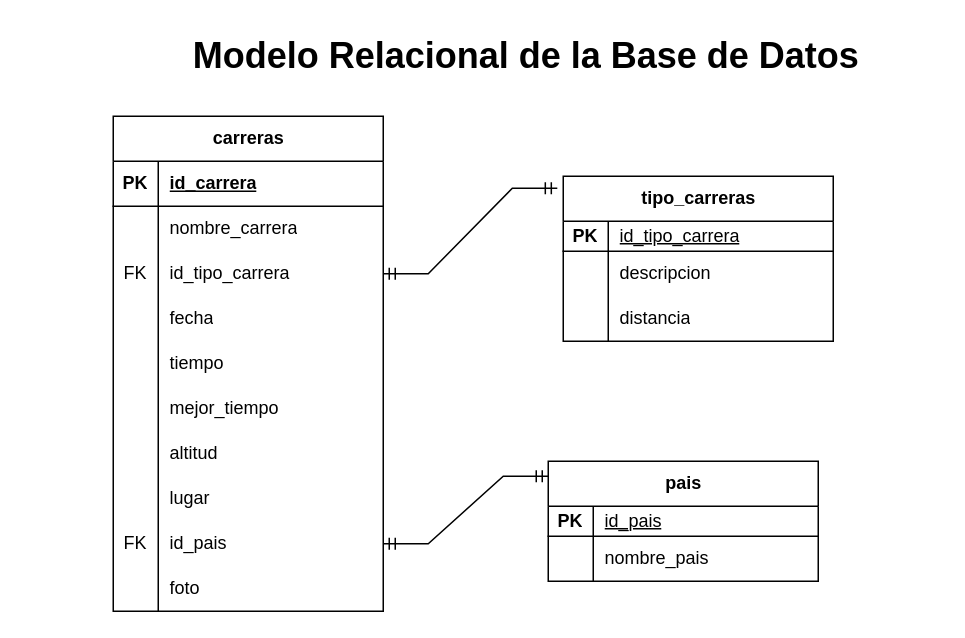
Before: modeloRelacional.drawio in FepDev25/Modelos-Entidad-Relacion, a draw.io diagram. Source tidied: cells renumbered, new cells numbered last; positions are measured from the earlier drawing's top-left corner, leaving out a move shared by most shapes. Both pictures are drawn from the tidied source at 150%, with x=0, y=0 at pixel (112, 26).
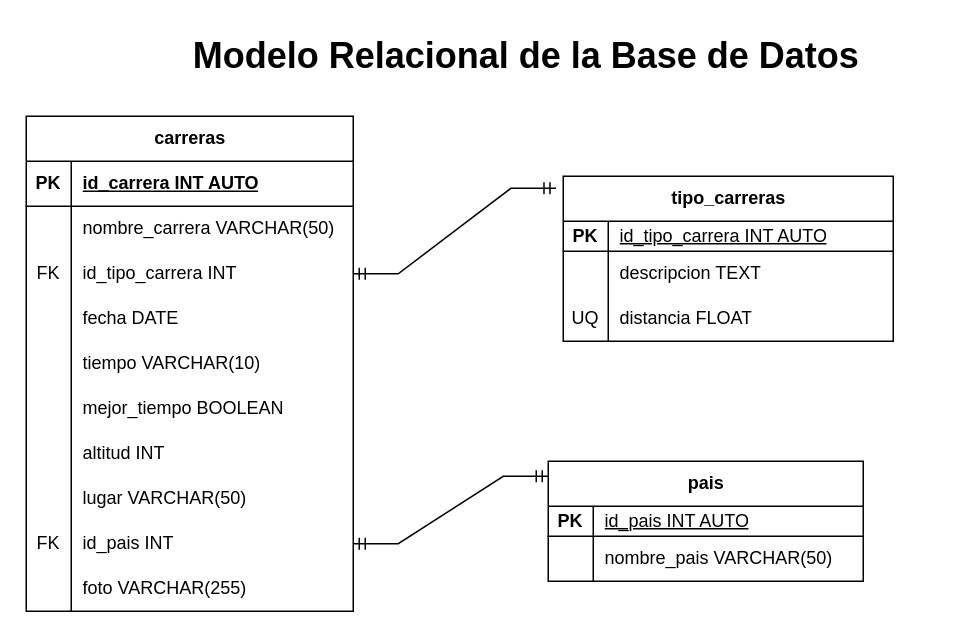
The same page after the edit.

The edit, as a diff of the source:
```diff
@@
     <mxCell id="2" value="carreras" style="shape=table;startSize=30;childLayout=tableLayout;rowLines=0;fontStyle=1;align=center;html=1;" parent="1" vertex="1">
-      <mxGeometry y="60" width="180" height="330" as="geometry" />
+      <mxGeometry x="-58" y="60" width="218" height="330" as="geometry" />
     </mxCell>
     <mxCell id="3" style="shape=tableRow;horizontal=0;startSize=0;swimlaneHead=0;swimlaneBody=0;fillColor=none;top=0;left=0;right=0;bottom=1;" parent="2" vertex="1">
-      <mxGeometry y="30" width="180" height="30" as="geometry" />
+      <mxGeometry y="30" width="218" height="30" as="geometry" />
     </mxCell>
@@
-    <mxCell id="5" value="id_carrera" style="shape=partialRectangle;fillColor=none;top=0;left=0;bottom=0;right=0;align=left;spacingLeft=6;fontStyle=5;overflow=hidden;whiteSpace=wrap;html=1;" parent="3" vertex="1">
-      <mxGeometry x="30" width="150" height="30" as="geometry" />
+    <mxCell id="5" value="id_carrera INT AUTO" style="shape=partialRectangle;fillColor=none;top=0;left=0;bottom=0;right=0;align=left;spacingLeft=6;fontStyle=5;overflow=hidden;whiteSpace=wrap;html=1;" parent="3" vertex="1">
+      <mxGeometry x="30" width="188" height="30" as="geometry" />
     </mxCell>
     <mxCell id="6" style="shape=tableRow;horizontal=0;startSize=0;swimlaneHead=0;swimlaneBody=0;fillColor=none;top=0;left=0;right=0;bottom=0;" parent="2" vertex="1">
-      <mxGeometry y="60" width="180" height="30" as="geometry" />
+      <mxGeometry y="60" width="218" height="30" as="geometry" />
     </mxCell>
@@
-    <mxCell id="8" value="nombre_carrera" style="shape=partialRectangle;fillColor=none;top=0;left=0;bottom=0;right=0;align=left;spacingLeft=6;overflow=hidden;whiteSpace=wrap;html=1;" parent="6" vertex="1">
-      <mxGeometry x="30" width="150" height="30" as="geometry" />
+    <mxCell id="8" value="nombre_carrera VARCHAR(50)" style="shape=partialRectangle;fillColor=none;top=0;left=0;bottom=0;right=0;align=left;spacingLeft=6;overflow=hidden;whiteSpace=wrap;html=1;" parent="6" vertex="1">
+      <mxGeometry x="30" width="188" height="30" as="geometry" />
     </mxCell>
     <mxCell id="9" style="shape=tableRow;horizontal=0;startSize=0;swimlaneHead=0;swimlaneBody=0;fillColor=none;points=[[0,0.5],[1,0.5]];portConstraint=eastwest;top=0;left=0;right=0;bottom=0;" parent="2" vertex="1">
-      <mxGeometry y="90" width="180" height="30" as="geometry" />
+      <mxGeometry y="90" width="218" height="30" as="geometry" />
     </mxCell>
@@
-    <mxCell id="11" value="id_tipo_carrera" style="shape=partialRectangle;fillColor=none;top=0;left=0;bottom=0;right=0;align=left;spacingLeft=6;overflow=hidden;whiteSpace=wrap;html=1;" parent="9" vertex="1">
-      <mxGeometry x="30" width="150" height="30" as="geometry" />
+    <mxCell id="11" value="id_tipo_carrera INT" style="shape=partialRectangle;fillColor=none;top=0;left=0;bottom=0;right=0;align=left;spacingLeft=6;overflow=hidden;whiteSpace=wrap;html=1;" parent="9" vertex="1">
+      <mxGeometry x="30" width="188" height="30" as="geometry" />
     </mxCell>
     <mxCell id="12" style="shape=tableRow;horizontal=0;startSize=0;swimlaneHead=0;swimlaneBody=0;fillColor=none;top=0;left=0;right=0;bottom=0;" parent="2" vertex="1">
-      <mxGeometry y="120" width="180" height="30" as="geometry" />
+      <mxGeometry y="120" width="218" height="30" as="geometry" />
     </mxCell>
@@
-    <mxCell id="14" value="fecha" style="shape=partialRectangle;fillColor=none;top=0;left=0;bottom=0;right=0;align=left;spacingLeft=6;overflow=hidden;whiteSpace=wrap;html=1;" parent="12" vertex="1">
-      <mxGeometry x="30" width="150" height="30" as="geometry" />
+    <mxCell id="14" value="fecha DATE" style="shape=partialRectangle;fillColor=none;top=0;left=0;bottom=0;right=0;align=left;spacingLeft=6;overflow=hidden;whiteSpace=wrap;html=1;" parent="12" vertex="1">
+      <mxGeometry x="30" width="188" height="30" as="geometry" />
     </mxCell>
     <mxCell id="15" style="shape=tableRow;horizontal=0;startSize=0;swimlaneHead=0;swimlaneBody=0;fillColor=none;top=0;left=0;right=0;bottom=0;" parent="2" vertex="1">
-      <mxGeometry y="150" width="180" height="30" as="geometry" />
+      <mxGeometry y="150" width="218" height="30" as="geometry" />
     </mxCell>
@@
-    <mxCell id="17" value="tiempo" style="shape=partialRectangle;fillColor=none;top=0;left=0;bottom=0;right=0;align=left;spacingLeft=6;overflow=hidden;whiteSpace=wrap;html=1;" parent="15" vertex="1">
-      <mxGeometry x="30" width="150" height="30" as="geometry" />
+    <mxCell id="17" value="tiempo VARCHAR(10)" style="shape=partialRectangle;fillColor=none;top=0;left=0;bottom=0;right=0;align=left;spacingLeft=6;overflow=hidden;whiteSpace=wrap;html=1;" parent="15" vertex="1">
+      <mxGeometry x="30" width="188" height="30" as="geometry" />
     </mxCell>
     <mxCell id="18" style="shape=tableRow;horizontal=0;startSize=0;swimlaneHead=0;swimlaneBody=0;fillColor=none;top=0;left=0;right=0;bottom=0;" parent="2" vertex="1">
-      <mxGeometry y="180" width="180" height="30" as="geometry" />
+      <mxGeometry y="180" width="218" height="30" as="geometry" />
     </mxCell>
@@
-    <mxCell id="20" value="mejor_tiempo" style="shape=partialRectangle;fillColor=none;top=0;left=0;bottom=0;right=0;align=left;spacingLeft=6;overflow=hidden;whiteSpace=wrap;html=1;" parent="18" vertex="1">
-      <mxGeometry x="30" width="150" height="30" as="geometry" />
+    <mxCell id="20" value="mejor_tiempo BOOLEAN" style="shape=partialRectangle;fillColor=none;top=0;left=0;bottom=0;right=0;align=left;spacingLeft=6;overflow=hidden;whiteSpace=wrap;html=1;" parent="18" vertex="1">
+      <mxGeometry x="30" width="188" height="30" as="geometry" />
     </mxCell>
     <mxCell id="21" style="shape=tableRow;horizontal=0;startSize=0;swimlaneHead=0;swimlaneBody=0;fillColor=none;top=0;left=0;right=0;bottom=0;" parent="2" vertex="1">
-      <mxGeometry y="210" width="180" height="30" as="geometry" />
+      <mxGeometry y="210" width="218" height="30" as="geometry" />
     </mxCell>
@@
-    <mxCell id="23" value="altitud" style="shape=partialRectangle;fillColor=none;top=0;left=0;bottom=0;right=0;align=left;spacingLeft=6;overflow=hidden;whiteSpace=wrap;html=1;" parent="21" vertex="1">
-      <mxGeometry x="30" width="150" height="30" as="geometry" />
+    <mxCell id="23" value="altitud INT" style="shape=partialRectangle;fillColor=none;top=0;left=0;bottom=0;right=0;align=left;spacingLeft=6;overflow=hidden;whiteSpace=wrap;html=1;" parent="21" vertex="1">
+      <mxGeometry x="30" width="188" height="30" as="geometry" />
     </mxCell>
     <mxCell id="24" style="shape=tableRow;horizontal=0;startSize=0;swimlaneHead=0;swimlaneBody=0;fillColor=none;top=0;left=0;right=0;bottom=0;" parent="2" vertex="1">
-      <mxGeometry y="240" width="180" height="30" as="geometry" />
+      <mxGeometry y="240" width="218" height="30" as="geometry" />
     </mxCell>
@@
-    <mxCell id="26" value="lugar" style="shape=partialRectangle;fillColor=none;top=0;left=0;bottom=0;right=0;align=left;spacingLeft=6;overflow=hidden;whiteSpace=wrap;html=1;" parent="24" vertex="1">
-      <mxGeometry x="30" width="150" height="30" as="geometry" />
+    <mxCell id="26" value="lugar VARCHAR(50)" style="shape=partialRectangle;fillColor=none;top=0;left=0;bottom=0;right=0;align=left;spacingLeft=6;overflow=hidden;whiteSpace=wrap;html=1;" parent="24" vertex="1">
+      <mxGeometry x="30" width="188" height="30" as="geometry" />
     </mxCell>
     <mxCell id="27" style="shape=tableRow;horizontal=0;startSize=0;swimlaneHead=0;swimlaneBody=0;fillColor=none;points=[[0,0.5],[1,0.5]];portConstraint=eastwest;top=0;left=0;right=0;bottom=0;" parent="2" vertex="1">
-      <mxGeometry y="270" width="180" height="30" as="geometry" />
+      <mxGeometry y="270" width="218" height="30" as="geometry" />
     </mxCell>
@@
-    <mxCell id="29" value="id_pais" style="shape=partialRectangle;fillColor=none;top=0;left=0;bottom=0;right=0;align=left;spacingLeft=6;overflow=hidden;whiteSpace=wrap;html=1;" parent="27" vertex="1">
-      <mxGeometry x="30" width="150" height="30" as="geometry" />
+    <mxCell id="29" value="id_pais INT" style="shape=partialRectangle;fillColor=none;top=0;left=0;bottom=0;right=0;align=left;spacingLeft=6;overflow=hidden;whiteSpace=wrap;html=1;" parent="27" vertex="1">
+      <mxGeometry x="30" width="188" height="30" as="geometry" />
     </mxCell>
     <mxCell id="30" style="shape=tableRow;horizontal=0;startSize=0;swimlaneHead=0;swimlaneBody=0;fillColor=none;top=0;left=0;right=0;bottom=0;" parent="2" vertex="1">
-      <mxGeometry y="300" width="180" height="30" as="geometry" />
+      <mxGeometry y="300" width="218" height="30" as="geometry" />
     </mxCell>
@@
-    <mxCell id="32" value="foto" style="shape=partialRectangle;fillColor=none;top=0;left=0;bottom=0;right=0;align=left;spacingLeft=6;overflow=hidden;whiteSpace=wrap;html=1;" parent="30" vertex="1">
-      <mxGeometry x="30" width="150" height="30" as="geometry" />
+    <mxCell id="32" value="foto VARCHAR(255)" style="shape=partialRectangle;fillColor=none;top=0;left=0;bottom=0;right=0;align=left;spacingLeft=6;overflow=hidden;whiteSpace=wrap;html=1;" parent="30" vertex="1">
+      <mxGeometry x="30" width="188" height="30" as="geometry" />
     </mxCell>
     <mxCell id="33" value="tipo_carreras" style="shape=table;startSize=30;childLayout=tableLayout;rowLines=0;fontStyle=1;align=center;html=1;" parent="1" vertex="1">
-      <mxGeometry x="300" y="100" width="180" height="110" as="geometry" />
+      <mxGeometry x="300" y="100" width="220" height="110" as="geometry" />
     </mxCell>
     <mxCell id="34" style="shape=tableRow;horizontal=0;startSize=0;swimlaneHead=0;swimlaneBody=0;fillColor=none;top=0;left=0;right=0;bottom=1;" parent="33" vertex="1">
-      <mxGeometry y="30" width="180" height="20" as="geometry" />
+      <mxGeometry y="30" width="220" height="20" as="geometry" />
     </mxCell>
@@
-    <mxCell id="36" value="&lt;span style=&quot;font-weight: 400;&quot;&gt;id_tipo_carrera&lt;/span&gt;" style="shape=partialRectangle;fillColor=none;top=0;left=0;bottom=0;right=0;align=left;spacingLeft=6;fontStyle=5;overflow=hidden;whiteSpace=wrap;html=1;" parent="34" vertex="1">
-      <mxGeometry x="30" width="150" height="20" as="geometry" />
+    <mxCell id="36" value="&lt;span style=&quot;font-weight: 400;&quot;&gt;id_tipo_carrera INT AUTO&lt;/span&gt;" style="shape=partialRectangle;fillColor=none;top=0;left=0;bottom=0;right=0;align=left;spacingLeft=6;fontStyle=5;overflow=hidden;whiteSpace=wrap;html=1;" parent="34" vertex="1">
+      <mxGeometry x="30" width="190" height="20" as="geometry" />
     </mxCell>
     <mxCell id="37" style="shape=tableRow;horizontal=0;startSize=0;swimlaneHead=0;swimlaneBody=0;fillColor=none;top=0;left=0;right=0;bottom=0;" parent="33" vertex="1">
-      <mxGeometry y="50" width="180" height="30" as="geometry" />
+      <mxGeometry y="50" width="220" height="30" as="geometry" />
     </mxCell>
@@
-    <mxCell id="39" value="descripcion" style="shape=partialRectangle;fillColor=none;top=0;left=0;bottom=0;right=0;align=left;spacingLeft=6;overflow=hidden;whiteSpace=wrap;html=1;" parent="37" vertex="1">
-      <mxGeometry x="30" width="150" height="30" as="geometry" />
+    <mxCell id="39" value="descripcion TEXT" style="shape=partialRectangle;fillColor=none;top=0;left=0;bottom=0;right=0;align=left;spacingLeft=6;overflow=hidden;whiteSpace=wrap;html=1;" parent="37" vertex="1">
+      <mxGeometry x="30" width="190" height="30" as="geometry" />
     </mxCell>
     <mxCell id="40" style="shape=tableRow;horizontal=0;startSize=0;swimlaneHead=0;swimlaneBody=0;fillColor=none;top=0;left=0;right=0;bottom=0;" parent="33" vertex="1">
-      <mxGeometry y="80" width="180" height="30" as="geometry" />
+      <mxGeometry y="80" width="220" height="30" as="geometry" />
     </mxCell>
-    <mxCell id="41" style="shape=partialRectangle;fillColor=none;top=0;left=0;bottom=0;right=0;overflow=hidden;whiteSpace=wrap;html=1;" parent="40" vertex="1">
+    <mxCell id="41" value="UQ" style="shape=partialRectangle;fillColor=none;top=0;left=0;bottom=0;right=0;overflow=hidden;whiteSpace=wrap;html=1;" parent="40" vertex="1">
       <mxGeometry width="30" height="30" as="geometry" />
     </mxCell>
-    <mxCell id="42" value="distancia" style="shape=partialRectangle;fillColor=none;top=0;left=0;bottom=0;right=0;align=left;spacingLeft=6;overflow=hidden;whiteSpace=wrap;html=1;" parent="40" vertex="1">
-      <mxGeometry x="30" width="150" height="30" as="geometry" />
+    <mxCell id="42" value="distancia FLOAT" style="shape=partialRectangle;fillColor=none;top=0;left=0;bottom=0;right=0;align=left;spacingLeft=6;overflow=hidden;whiteSpace=wrap;html=1;" parent="40" vertex="1">
+      <mxGeometry x="30" width="190" height="30" as="geometry" />
     </mxCell>
     <mxCell id="43" value="pais" style="shape=table;startSize=30;childLayout=tableLayout;rowLines=0;fontStyle=1;align=center;html=1;" parent="1" vertex="1">
-      <mxGeometry x="290" y="290" width="180" height="80" as="geometry" />
+      <mxGeometry x="290" y="290" width="210" height="80" as="geometry" />
     </mxCell>
     <mxCell id="44" style="shape=tableRow;horizontal=0;startSize=0;swimlaneHead=0;swimlaneBody=0;fillColor=none;top=0;left=0;right=0;bottom=1;" parent="43" vertex="1">
-      <mxGeometry y="30" width="180" height="20" as="geometry" />
+      <mxGeometry y="30" width="210" height="20" as="geometry" />
     </mxCell>
@@
-    <mxCell id="46" value="&lt;span style=&quot;font-weight: 400;&quot;&gt;id_pais&lt;/span&gt;" style="shape=partialRectangle;fillColor=none;top=0;left=0;bottom=0;right=0;align=left;spacingLeft=6;fontStyle=5;overflow=hidden;whiteSpace=wrap;html=1;" parent="44" vertex="1">
-      <mxGeometry x="30" width="150" height="20" as="geometry" />
+    <mxCell id="46" value="&lt;span style=&quot;font-weight: 400;&quot;&gt;id_pais INT AUTO&lt;/span&gt;" style="shape=partialRectangle;fillColor=none;top=0;left=0;bottom=0;right=0;align=left;spacingLeft=6;fontStyle=5;overflow=hidden;whiteSpace=wrap;html=1;" parent="44" vertex="1">
+      <mxGeometry x="30" width="180" height="20" as="geometry" />
     </mxCell>
     <mxCell id="47" style="shape=tableRow;horizontal=0;startSize=0;swimlaneHead=0;swimlaneBody=0;fillColor=none;top=0;left=0;right=0;bottom=0;" parent="43" vertex="1">
-      <mxGeometry y="50" width="180" height="30" as="geometry" />
+      <mxGeometry y="50" width="210" height="30" as="geometry" />
     </mxCell>
@@
-    <mxCell id="49" value="nombre_pais" style="shape=partialRectangle;fillColor=none;top=0;left=0;bottom=0;right=0;align=left;spacingLeft=6;overflow=hidden;whiteSpace=wrap;html=1;" parent="47" vertex="1">
-      <mxGeometry x="30" width="150" height="30" as="geometry" />
+    <mxCell id="49" value="nombre_pais VARCHAR(50)" style="shape=partialRectangle;fillColor=none;top=0;left=0;bottom=0;right=0;align=left;spacingLeft=6;overflow=hidden;whiteSpace=wrap;html=1;" parent="47" vertex="1">
+      <mxGeometry x="30" width="180" height="30" as="geometry" />
     </mxCell>
```
